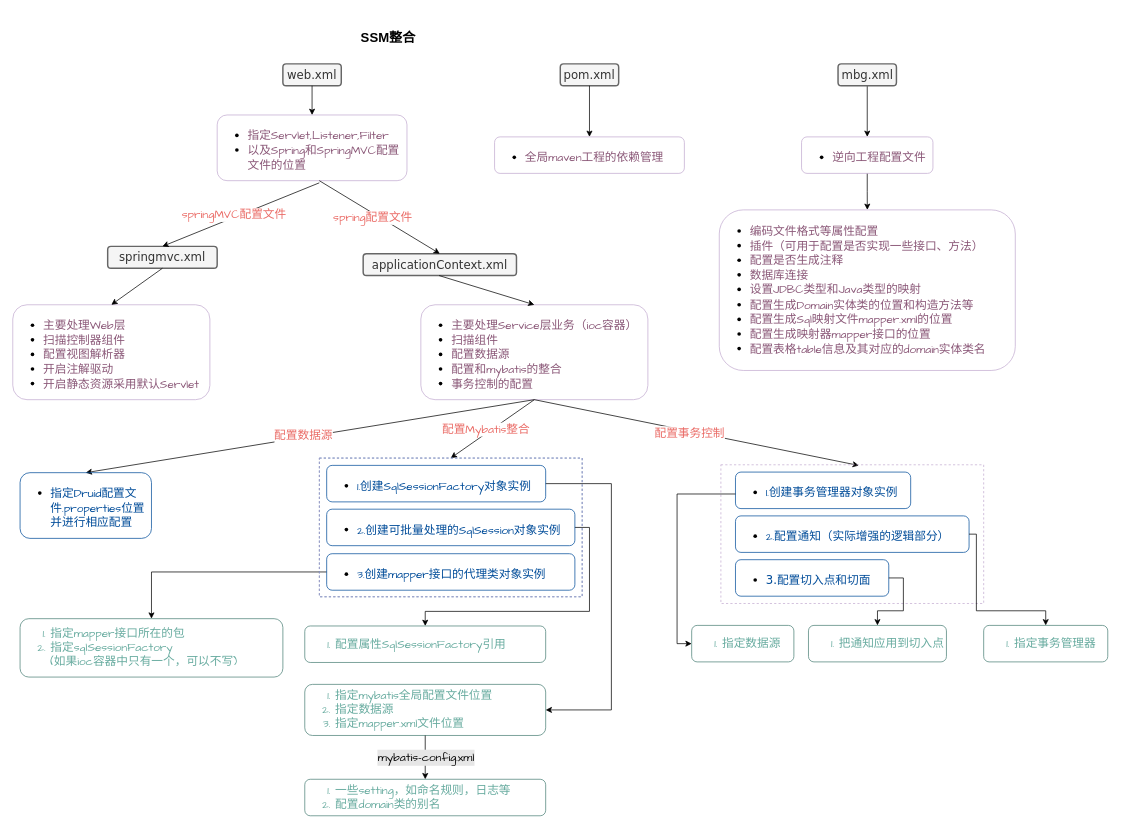
Before: ssm整合配置文件.drawio in ZhongQiuyuan/diagrams-net, a draw.io diagram. Source tidied: cells renumbered, new cells numbered last; positions are measured from the earlier drawing's top-left corner, leaving out a move shared by most shapes. Both pictures are drawn from the tidied source at 73%, with x=0, y=0 at pixel (12, 20).
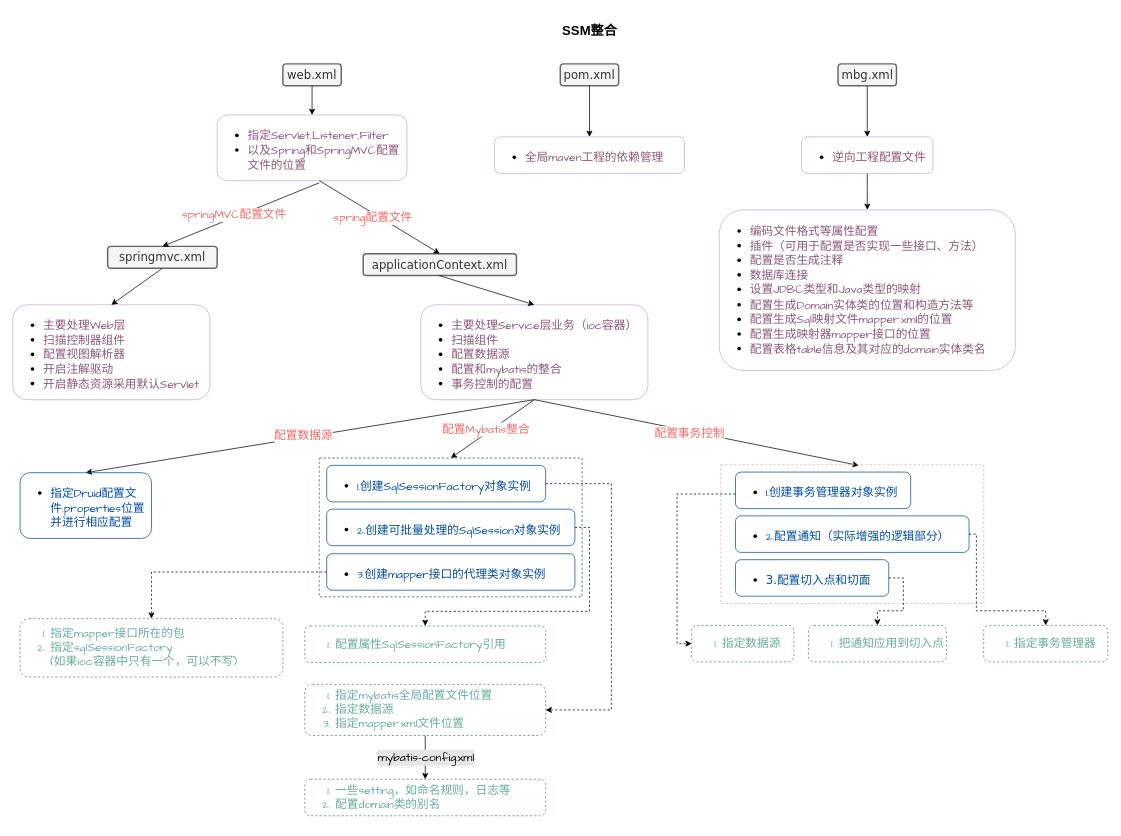
After the change.

Commit message (it also covers changes not shown here):
更新ssm整合配置文件.drawio

Unchanged cells that the change refers to:
```xml
<mxCell id="38" value="&lt;ul&gt;&lt;li&gt;&lt;font face=&quot;Comic Sans MS&quot; color=&quot;#004c99&quot;&gt;1.创建SqlSessionFactory对象实例&lt;/font&gt;&lt;/li&gt;&lt;/ul&gt;" style="text;strokeColor=#004C99;fillColor=none;html=1;whiteSpace=wrap;verticalAlign=middle;overflow=hidden;fontFamily=Verdana;fontSize=16;rounded=1;glass=0;" parent="37" vertex="1">
  <mxGeometry width="300" height="50" as="geometry" />
</mxCell>
<mxCell id="39" value="&lt;ul&gt;&lt;li&gt;&lt;font face=&quot;Comic Sans MS&quot; color=&quot;#004c99&quot;&gt;2.创建可批量处理的SqlSession对象实例&lt;/font&gt;&lt;/li&gt;&lt;/ul&gt;" style="text;strokeColor=#004C99;fillColor=none;html=1;whiteSpace=wrap;verticalAlign=middle;overflow=hidden;fontFamily=Verdana;fontSize=16;rounded=1;glass=0;" parent="37" vertex="1">
  <mxGeometry y="60" width="340" height="50" as="geometry" />
</mxCell>
<mxCell id="40" value="&lt;ul&gt;&lt;li&gt;&lt;font face=&quot;Comic Sans MS&quot; color=&quot;#004c99&quot;&gt;3.创建mapper接口的代理类对象实例&lt;/font&gt;&lt;br&gt;&lt;/li&gt;&lt;/ul&gt;" style="text;strokeColor=#004C99;fillColor=none;html=1;whiteSpace=wrap;verticalAlign=middle;overflow=hidden;fontFamily=Verdana;fontSize=16;rounded=1;glass=0;" parent="37" vertex="1">
  <mxGeometry y="121" width="340" height="50" as="geometry" />
</mxCell>
<mxCell id="44" value="&lt;ul&gt;&lt;li&gt;&lt;font face=&quot;Comic Sans MS&quot; color=&quot;#004c99&quot;&gt;1.创建事务管理器对象实例&lt;/font&gt;&lt;/li&gt;&lt;/ul&gt;" style="text;strokeColor=#004C99;fillColor=none;html=1;whiteSpace=wrap;verticalAlign=middle;overflow=hidden;fontFamily=Verdana;fontSize=16;rounded=1;glass=0;" parent="43" vertex="1">
  <mxGeometry width="240" height="50" as="geometry" />
</mxCell>
<mxCell id="45" value="&lt;ul&gt;&lt;li&gt;&lt;font face=&quot;Comic Sans MS&quot; color=&quot;#004c99&quot;&gt;2.配置通知（实际增强的逻辑部分）&lt;/font&gt;&lt;/li&gt;&lt;/ul&gt;" style="text;strokeColor=#004C99;fillColor=none;html=1;whiteSpace=wrap;verticalAlign=middle;overflow=hidden;fontFamily=Verdana;fontSize=16;rounded=1;glass=0;" parent="43" vertex="1">
  <mxGeometry y="60" width="320" height="50" as="geometry" />
</mxCell>
<mxCell id="46" value="&lt;ul&gt;&lt;li&gt;&lt;font color=&quot;#004c99&quot;&gt;3.配置切入点和切面&lt;/font&gt;&lt;/li&gt;&lt;/ul&gt;" style="text;strokeColor=#004C99;fillColor=none;html=1;whiteSpace=wrap;verticalAlign=middle;overflow=hidden;fontFamily=Verdana;fontSize=16;rounded=1;glass=0;" parent="43" vertex="1">
  <mxGeometry y="120" width="210" height="50" as="geometry" />
</mxCell>
```

The edit, as a diff of the source:
```diff
@@
     <mxCell id="2" value="&lt;h2&gt;SSM整合&lt;/h2&gt;" style="text;html=1;align=center;verticalAlign=middle;strokeColor=none;fillColor=none;" parent="1" vertex="1">
-      <mxGeometry x="469" width="90" height="50" as="geometry" />
+      <mxGeometry x="745" y="-10" width="90" height="50" as="geometry" />
     </mxCell>
@@
-    <mxCell id="24" style="edgeStyle=orthogonalEdgeStyle;rounded=0;jettySize=auto;html=1;fontFamily=Comic Sans MS;fontSize=16;fontColor=#EA6B66;entryX=1;entryY=0.5;entryDx=0;entryDy=0;" parent="1" edge="1" source="38" target="29">
+    <mxCell id="24" style="edgeStyle=orthogonalEdgeStyle;rounded=0;jettySize=auto;html=1;fontFamily=Comic Sans MS;fontSize=16;fontColor=#EA6B66;entryX=1;entryY=0.5;entryDx=0;entryDy=0;dashed=1;" parent="1" edge="1" source="38" target="29">
       <mxGeometry relative="1" as="geometry">
         <Array as="points">
           <mxPoint x="820" y="635" />
           <mxPoint x="820" y="945" />
         </Array>
       </mxGeometry>
     </mxCell>
@@
-    <mxCell id="27" style="edgeStyle=orthogonalEdgeStyle;rounded=0;jettySize=auto;html=1;fontFamily=Comic Sans MS;fontSize=16;fontColor=#67AB9F;exitX=1;exitY=0.5;exitDx=0;exitDy=0;entryX=0.5;entryY=0;entryDx=0;entryDy=0;" parent="1" edge="1" source="39" target="30">
+    <mxCell id="27" style="edgeStyle=orthogonalEdgeStyle;rounded=0;jettySize=auto;html=1;fontFamily=Comic Sans MS;fontSize=16;fontColor=#67AB9F;exitX=1;exitY=0.5;exitDx=0;exitDy=0;entryX=0.5;entryY=0;entryDx=0;entryDy=0;dashed=1;" parent="1" edge="1" source="39" target="30">
       <mxGeometry relative="1" as="geometry">
         <Array as="points">
           <mxPoint x="790" y="695" />
           <mxPoint x="790" y="810" />
           <mxPoint x="565" y="810" />
         </Array>
       </mxGeometry>
     </mxCell>
-    <mxCell id="28" style="edgeStyle=orthogonalEdgeStyle;rounded=0;jettySize=auto;html=1;fontFamily=Comic Sans MS;fontSize=16;fontColor=#67AB9F;" parent="1" edge="1" source="40" target="34">
+    <mxCell id="28" style="edgeStyle=orthogonalEdgeStyle;rounded=0;jettySize=auto;html=1;fontFamily=Comic Sans MS;fontSize=16;fontColor=#67AB9F;dashed=1;" parent="1" edge="1" source="40" target="34">
       <mxGeometry relative="1" as="geometry" />
     </mxCell>
-    <mxCell id="29" value="&lt;blockquote style=&quot;margin: 0 0 0 40px ; border: none ; padding: 0px&quot;&gt;&lt;/blockquote&gt;&lt;font color=&quot;#67ab9f&quot;&gt;&lt;ol&gt;&lt;li&gt;&lt;font color=&quot;#67ab9f&quot;&gt;&lt;span&gt;指定mybatis全局配置文件位置&lt;/span&gt;&lt;/font&gt;&lt;/li&gt;&lt;li&gt;&lt;font color=&quot;#67ab9f&quot;&gt;&lt;span&gt;指定数据源&lt;/span&gt;&lt;/font&gt;&lt;/li&gt;&lt;li&gt;&lt;font color=&quot;#67ab9f&quot;&gt;&lt;span&gt;指定mapper.xml文件位置&lt;/span&gt;&lt;/font&gt;&lt;/li&gt;&lt;/ol&gt;&lt;/font&gt;&lt;blockquote style=&quot;margin: 0 0 0 40px ; border: none ; padding: 0px&quot;&gt;&lt;/blockquote&gt;" style="rounded=1;whiteSpace=wrap;html=1;glass=0;labelBackgroundColor=none;fontFamily=Comic Sans MS;fontSize=16;fontColor=#EA6B66;strokeColor=#4D8077;strokeWidth=1;align=left;fillColor=none;" parent="1" vertex="1">
+    <mxCell id="29" value="&lt;blockquote style=&quot;margin: 0 0 0 40px ; border: none ; padding: 0px&quot;&gt;&lt;/blockquote&gt;&lt;font color=&quot;#67ab9f&quot;&gt;&lt;ol&gt;&lt;li&gt;&lt;font color=&quot;#67ab9f&quot;&gt;&lt;span&gt;指定mybatis全局配置文件位置&lt;/span&gt;&lt;/font&gt;&lt;/li&gt;&lt;li&gt;&lt;font color=&quot;#67ab9f&quot;&gt;&lt;span&gt;指定数据源&lt;/span&gt;&lt;/font&gt;&lt;/li&gt;&lt;li&gt;&lt;font color=&quot;#67ab9f&quot;&gt;&lt;span&gt;指定mapper.xml文件位置&lt;/span&gt;&lt;/font&gt;&lt;/li&gt;&lt;/ol&gt;&lt;/font&gt;&lt;blockquote style=&quot;margin: 0 0 0 40px ; border: none ; padding: 0px&quot;&gt;&lt;/blockquote&gt;" style="rounded=1;whiteSpace=wrap;html=1;glass=0;labelBackgroundColor=none;fontFamily=Comic Sans MS;fontSize=16;fontColor=#EA6B66;strokeColor=#4D8077;strokeWidth=1;align=left;fillColor=none;dashed=1;" parent="1" vertex="1">
       <mxGeometry x="400" y="910" width="330" height="70" as="geometry" />
     </mxCell>
-    <mxCell id="30" value="&lt;blockquote style=&quot;margin: 0 0 0 40px ; border: none ; padding: 0px&quot;&gt;&lt;/blockquote&gt;&lt;font color=&quot;#67ab9f&quot;&gt;&lt;ol&gt;&lt;li&gt;配置属性SqlSessionFactory引用&lt;/li&gt;&lt;/ol&gt;&lt;/font&gt;&lt;blockquote style=&quot;margin: 0 0 0 40px ; border: none ; padding: 0px&quot;&gt;&lt;/blockquote&gt;" style="rounded=1;whiteSpace=wrap;html=1;glass=0;labelBackgroundColor=none;fontFamily=Comic Sans MS;fontSize=16;fontColor=#EA6B66;strokeColor=#4D8077;strokeWidth=1;align=left;fillColor=none;" parent="1" vertex="1">
+    <mxCell id="30" value="&lt;blockquote style=&quot;margin: 0 0 0 40px ; border: none ; padding: 0px&quot;&gt;&lt;/blockquote&gt;&lt;font color=&quot;#67ab9f&quot;&gt;&lt;ol&gt;&lt;li&gt;配置属性SqlSessionFactory引用&lt;/li&gt;&lt;/ol&gt;&lt;/font&gt;&lt;blockquote style=&quot;margin: 0 0 0 40px ; border: none ; padding: 0px&quot;&gt;&lt;/blockquote&gt;" style="rounded=1;whiteSpace=wrap;html=1;glass=0;labelBackgroundColor=none;fontFamily=Comic Sans MS;fontSize=16;fontColor=#EA6B66;strokeColor=#4D8077;strokeWidth=1;align=left;fillColor=none;dashed=1;" parent="1" vertex="1">
       <mxGeometry x="400" y="830" width="330" height="50" as="geometry" />
     </mxCell>
@@
-    <mxCell id="33" value="&lt;blockquote style=&quot;margin: 0 0 0 40px ; border: none ; padding: 0px&quot;&gt;&lt;/blockquote&gt;&lt;font color=&quot;#67ab9f&quot;&gt;&lt;ol&gt;&lt;li&gt;一些setting，如命名规则，日志等&lt;/li&gt;&lt;li&gt;配置domain类的别名&lt;/li&gt;&lt;/ol&gt;&lt;/font&gt;&lt;blockquote style=&quot;margin: 0 0 0 40px ; border: none ; padding: 0px&quot;&gt;&lt;/blockquote&gt;" style="rounded=1;whiteSpace=wrap;html=1;glass=0;labelBackgroundColor=none;fontFamily=Comic Sans MS;fontSize=16;fontColor=#EA6B66;strokeColor=#4D8077;strokeWidth=1;align=left;fillColor=none;" parent="1" vertex="1">
+    <mxCell id="33" value="&lt;blockquote style=&quot;margin: 0 0 0 40px ; border: none ; padding: 0px&quot;&gt;&lt;/blockquote&gt;&lt;font color=&quot;#67ab9f&quot;&gt;&lt;ol&gt;&lt;li&gt;一些setting，如命名规则，日志等&lt;/li&gt;&lt;li&gt;配置domain类的别名&lt;/li&gt;&lt;/ol&gt;&lt;/font&gt;&lt;blockquote style=&quot;margin: 0 0 0 40px ; border: none ; padding: 0px&quot;&gt;&lt;/blockquote&gt;" style="rounded=1;whiteSpace=wrap;html=1;glass=0;labelBackgroundColor=none;fontFamily=Comic Sans MS;fontSize=16;fontColor=#EA6B66;strokeColor=#4D8077;strokeWidth=1;align=left;fillColor=none;dashed=1;" parent="1" vertex="1">
       <mxGeometry x="400" y="1040" width="330" height="50" as="geometry" />
     </mxCell>
-    <mxCell id="34" value="&lt;blockquote style=&quot;margin: 0 0 0 40px ; border: none ; padding: 0px&quot;&gt;&lt;/blockquote&gt;&lt;font color=&quot;#67ab9f&quot;&gt;&lt;ol&gt;&lt;li&gt;指定mapper接口所在的包&lt;/li&gt;&lt;li&gt;指定sqlSessionFactory&lt;br&gt;(如果ioc容器中只有一个，可以不写)&lt;/li&gt;&lt;/ol&gt;&lt;/font&gt;&lt;blockquote style=&quot;margin: 0 0 0 40px ; border: none ; padding: 0px&quot;&gt;&lt;/blockquote&gt;" style="rounded=1;whiteSpace=wrap;html=1;glass=0;labelBackgroundColor=none;fontFamily=Comic Sans MS;fontSize=16;fontColor=#EA6B66;strokeColor=#4D8077;strokeWidth=1;align=left;fillColor=none;" parent="1" vertex="1">
+    <mxCell id="34" value="&lt;blockquote style=&quot;margin: 0 0 0 40px ; border: none ; padding: 0px&quot;&gt;&lt;/blockquote&gt;&lt;font color=&quot;#67ab9f&quot;&gt;&lt;ol&gt;&lt;li&gt;指定mapper接口所在的包&lt;/li&gt;&lt;li&gt;指定sqlSessionFactory&lt;br&gt;(如果ioc容器中只有一个，可以不写)&lt;/li&gt;&lt;/ol&gt;&lt;/font&gt;&lt;blockquote style=&quot;margin: 0 0 0 40px ; border: none ; padding: 0px&quot;&gt;&lt;/blockquote&gt;" style="rounded=1;whiteSpace=wrap;html=1;glass=0;labelBackgroundColor=none;fontFamily=Comic Sans MS;fontSize=16;fontColor=#EA6B66;strokeColor=#4D8077;strokeWidth=1;align=left;fillColor=none;dashed=1;" parent="1" vertex="1">
       <mxGeometry x="10" y="820" width="360" height="80" as="geometry" />
     </mxCell>
@@
-    <mxCell id="47" value="&lt;blockquote style=&quot;margin: 0 0 0 40px ; border: none ; padding: 0px&quot;&gt;&lt;/blockquote&gt;&lt;font color=&quot;#67ab9f&quot;&gt;&lt;ol&gt;&lt;li&gt;指定数据源&lt;/li&gt;&lt;/ol&gt;&lt;/font&gt;&lt;blockquote style=&quot;margin: 0 0 0 40px ; border: none ; padding: 0px&quot;&gt;&lt;/blockquote&gt;" style="rounded=1;whiteSpace=wrap;html=1;glass=0;labelBackgroundColor=none;fontFamily=Comic Sans MS;fontSize=16;fontColor=#EA6B66;strokeColor=#4D8077;strokeWidth=1;align=left;fillColor=none;" parent="1" vertex="1">
+    <mxCell id="47" value="&lt;blockquote style=&quot;margin: 0 0 0 40px ; border: none ; padding: 0px&quot;&gt;&lt;/blockquote&gt;&lt;font color=&quot;#67ab9f&quot;&gt;&lt;ol&gt;&lt;li&gt;指定数据源&lt;/li&gt;&lt;/ol&gt;&lt;/font&gt;&lt;blockquote style=&quot;margin: 0 0 0 40px ; border: none ; padding: 0px&quot;&gt;&lt;/blockquote&gt;" style="rounded=1;whiteSpace=wrap;html=1;glass=0;labelBackgroundColor=none;fontFamily=Comic Sans MS;fontSize=16;fontColor=#EA6B66;strokeColor=#4D8077;strokeWidth=1;align=left;fillColor=none;dashed=1;" parent="1" vertex="1">
       <mxGeometry x="930" y="829.2" width="140" height="50" as="geometry" />
     </mxCell>
-    <mxCell id="48" style="edgeStyle=orthogonalEdgeStyle;rounded=0;jettySize=auto;html=1;entryX=0;entryY=0.5;entryDx=0;entryDy=0;fontFamily=Comic Sans MS;fontSize=16;fontColor=#004C99;" parent="1" edge="1" source="44" target="47">
+    <mxCell id="48" style="edgeStyle=orthogonalEdgeStyle;rounded=0;jettySize=auto;html=1;entryX=0;entryY=0.5;entryDx=0;entryDy=0;fontFamily=Comic Sans MS;fontSize=16;fontColor=#004C99;dashed=1;" parent="1" edge="1" source="44" target="47">
       <mxGeometry relative="1" as="geometry">
         <Array as="points">
           <mxPoint x="910" y="649.2" />
           <mxPoint x="910" y="854.2" />
         </Array>
       </mxGeometry>
     </mxCell>
-    <mxCell id="49" value="&lt;blockquote style=&quot;margin: 0 0 0 40px ; border: none ; padding: 0px&quot;&gt;&lt;/blockquote&gt;&lt;font color=&quot;#67ab9f&quot;&gt;&lt;ol&gt;&lt;li&gt;指定事务管理器&lt;/li&gt;&lt;/ol&gt;&lt;/font&gt;&lt;blockquote style=&quot;margin: 0 0 0 40px ; border: none ; padding: 0px&quot;&gt;&lt;/blockquote&gt;" style="rounded=1;whiteSpace=wrap;html=1;glass=0;labelBackgroundColor=none;fontFamily=Comic Sans MS;fontSize=16;fontColor=#EA6B66;strokeColor=#4D8077;strokeWidth=1;align=left;fillColor=none;" parent="1" vertex="1">
+    <mxCell id="49" value="&lt;blockquote style=&quot;margin: 0 0 0 40px ; border: none ; padding: 0px&quot;&gt;&lt;/blockquote&gt;&lt;font color=&quot;#67ab9f&quot;&gt;&lt;ol&gt;&lt;li&gt;指定事务管理器&lt;/li&gt;&lt;/ol&gt;&lt;/font&gt;&lt;blockquote style=&quot;margin: 0 0 0 40px ; border: none ; padding: 0px&quot;&gt;&lt;/blockquote&gt;" style="rounded=1;whiteSpace=wrap;html=1;glass=0;labelBackgroundColor=none;fontFamily=Comic Sans MS;fontSize=16;fontColor=#EA6B66;strokeColor=#4D8077;strokeWidth=1;align=left;fillColor=none;dashed=1;" parent="1" vertex="1">
       <mxGeometry x="1330" y="829.2" width="170" height="50" as="geometry" />
     </mxCell>
-    <mxCell id="50" style="edgeStyle=orthogonalEdgeStyle;rounded=0;jettySize=auto;html=1;fontFamily=Comic Sans MS;fontSize=16;fontColor=#004C99;exitX=1;exitY=0.5;exitDx=0;exitDy=0;entryX=0.5;entryY=0;entryDx=0;entryDy=0;" parent="1" edge="1" source="45" target="49">
+    <mxCell id="50" style="edgeStyle=orthogonalEdgeStyle;rounded=0;jettySize=auto;html=1;fontFamily=Comic Sans MS;fontSize=16;fontColor=#004C99;exitX=1;exitY=0.5;exitDx=0;exitDy=0;entryX=0.5;entryY=0;entryDx=0;entryDy=0;dashed=1;" parent="1" edge="1" source="45" target="49">
       <mxGeometry relative="1" as="geometry">
         <Array as="points">
           <mxPoint x="1320" y="704.2" />
           <mxPoint x="1320" y="809.2" />
           <mxPoint x="1415" y="809.2" />
         </Array>
       </mxGeometry>
     </mxCell>
-    <mxCell id="51" value="&lt;blockquote style=&quot;margin: 0 0 0 40px ; border: none ; padding: 0px&quot;&gt;&lt;/blockquote&gt;&lt;font color=&quot;#67ab9f&quot;&gt;&lt;ol&gt;&lt;li&gt;把通知应用到切入点&lt;/li&gt;&lt;/ol&gt;&lt;/font&gt;&lt;blockquote style=&quot;margin: 0 0 0 40px ; border: none ; padding: 0px&quot;&gt;&lt;/blockquote&gt;" style="rounded=1;whiteSpace=wrap;html=1;glass=0;labelBackgroundColor=none;fontFamily=Comic Sans MS;fontSize=16;fontColor=#EA6B66;strokeColor=#4D8077;strokeWidth=1;align=left;fillColor=none;" parent="1" vertex="1">
+    <mxCell id="51" value="&lt;blockquote style=&quot;margin: 0 0 0 40px ; border: none ; padding: 0px&quot;&gt;&lt;/blockquote&gt;&lt;font color=&quot;#67ab9f&quot;&gt;&lt;ol&gt;&lt;li&gt;把通知应用到切入点&lt;/li&gt;&lt;/ol&gt;&lt;/font&gt;&lt;blockquote style=&quot;margin: 0 0 0 40px ; border: none ; padding: 0px&quot;&gt;&lt;/blockquote&gt;" style="rounded=1;whiteSpace=wrap;html=1;glass=0;labelBackgroundColor=none;fontFamily=Comic Sans MS;fontSize=16;fontColor=#EA6B66;strokeColor=#4D8077;strokeWidth=1;align=left;fillColor=none;dashed=1;" parent="1" vertex="1">
       <mxGeometry x="1090" y="829.2" width="189" height="50" as="geometry" />
     </mxCell>
-    <mxCell id="52" style="edgeStyle=orthogonalEdgeStyle;rounded=0;jettySize=auto;html=1;exitX=1;exitY=0.5;exitDx=0;exitDy=0;fontFamily=Comic Sans MS;fontSize=16;fontColor=#004C99;" parent="1" edge="1" source="46" target="51">
+    <mxCell id="52" style="edgeStyle=orthogonalEdgeStyle;rounded=0;jettySize=auto;html=1;exitX=1;exitY=0.5;exitDx=0;exitDy=0;fontFamily=Comic Sans MS;fontSize=16;fontColor=#004C99;dashed=1;" parent="1" edge="1" source="46" target="51">
       <mxGeometry relative="1" as="geometry" />
     </mxCell>
```
